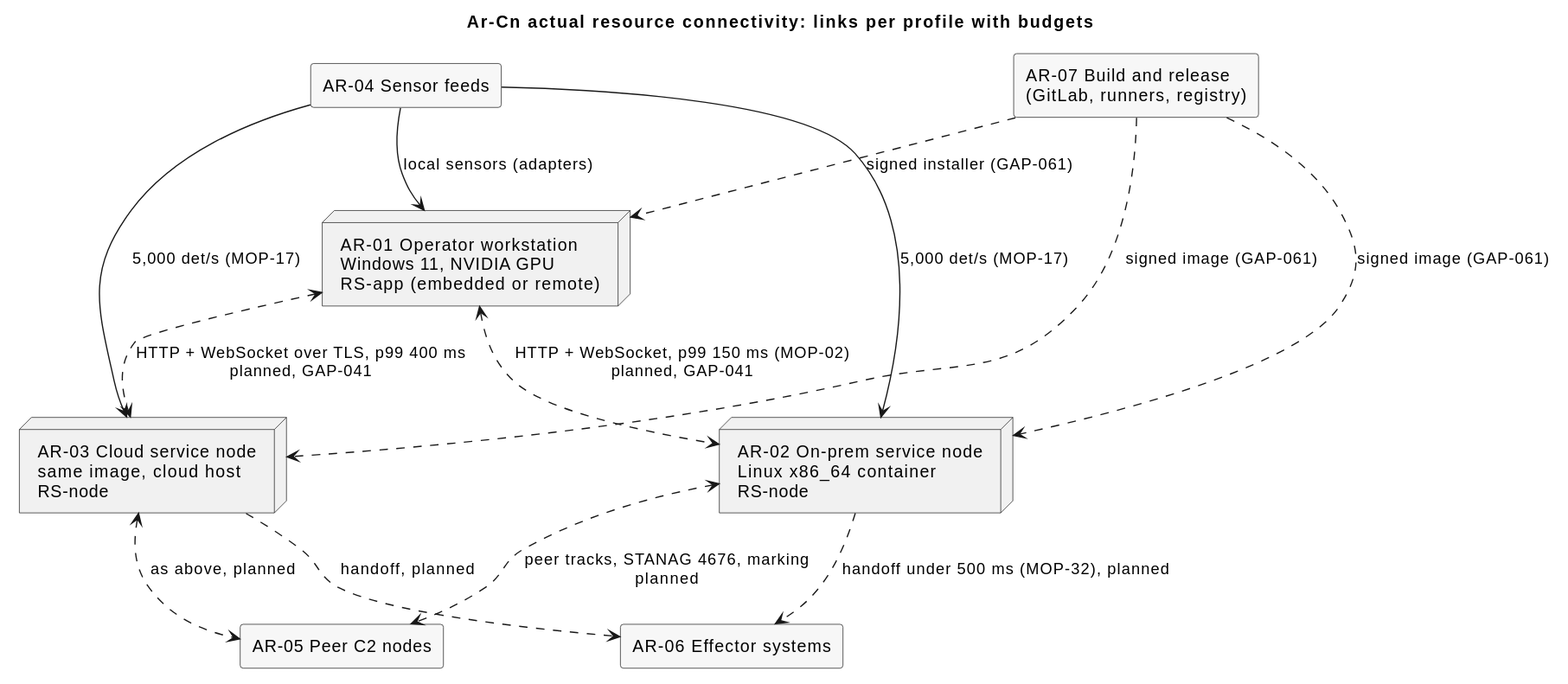
WayneRoessling/gungnir keeps this PlantUML diagram as docs/architecture/uaf/rendered/actual-resources/Ar-Cn.svg. Above is the earlier version. The source it was exported from:
```plantuml
@startuml
title Ar-Cn actual resource connectivity: links per profile with budgets
skinparam rectangle {
  BackgroundColor #F7F7F7
}
node "AR-01 Operator workstation\nWindows 11, NVIDIA GPU\nRS-app (embedded or remote)" as AR_01
node "AR-02 On-prem service node\nLinux x86_64 container\nRS-node" as AR_02
node "AR-03 Cloud service node\nsame image, cloud host\nRS-node" as AR_03
rectangle "AR-04 Sensor feeds" as AR_04
rectangle "AR-05 Peer C2 nodes" as AR_05
rectangle "AR-06 Effector systems" as AR_06
rectangle "AR-07 Build and release\n(GitLab, runners, registry)" as AR_07

AR_04 --> AR_01 : local sensors (adapters)
AR_04 --> AR_02 : 5,000 det/s (MOP-17)
AR_04 --> AR_03 : 5,000 det/s (MOP-17)
AR_01 <..> AR_02 : HTTP + WebSocket, p99 150 ms (MOP-02)\nplanned, GAP-041
AR_01 <..> AR_03 : HTTP + WebSocket over TLS, p99 400 ms\nplanned, GAP-041
AR_02 <..> AR_05 : peer tracks, STANAG 4676, marking\nplanned
AR_03 <..> AR_05 : as above, planned
AR_02 ..> AR_06 : handoff under 500 ms (MOP-32), planned
AR_03 ..> AR_06 : handoff, planned
AR_07 ..> AR_02 : signed image (GAP-061)
AR_07 ..> AR_03 : signed image (GAP-061)
AR_07 ..> AR_01 : signed installer (GAP-061)
@enduml
```
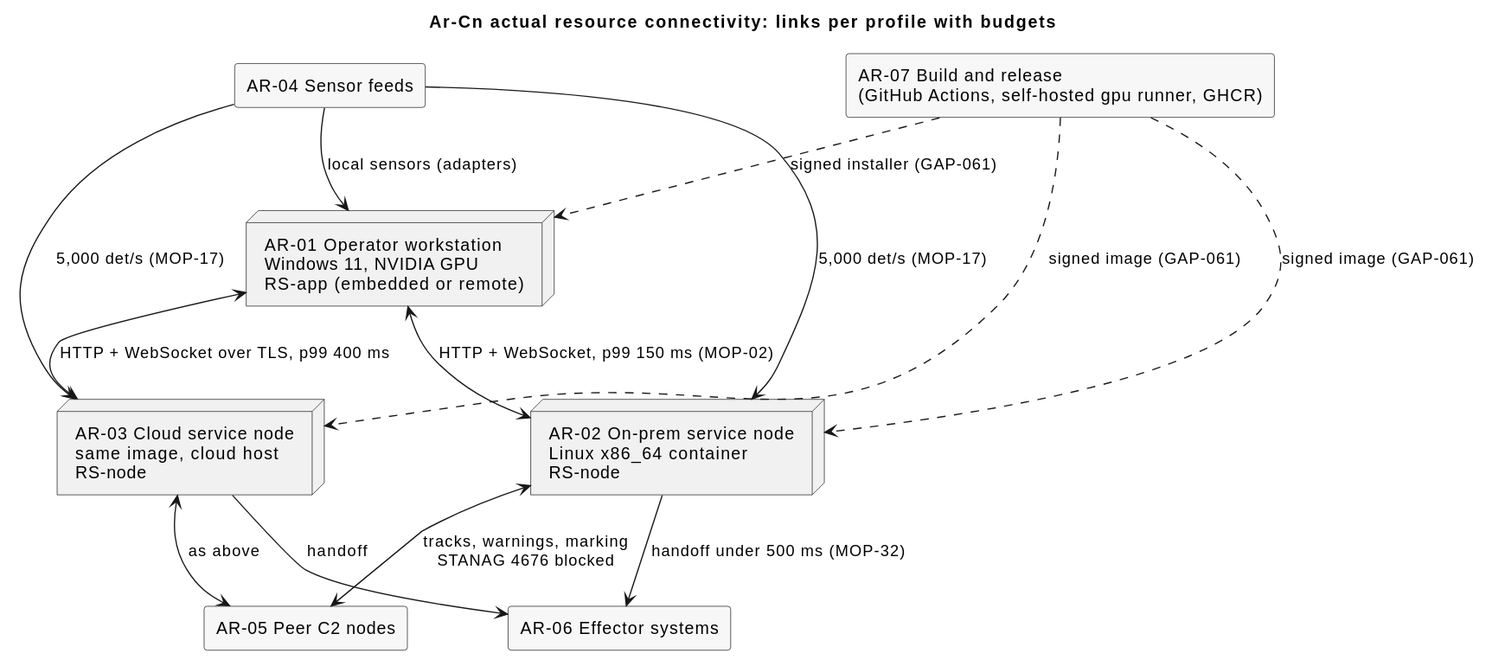
Above is the later version.

What changed in the source:
```diff
@@ -9,17 +9,17 @@
 rectangle "AR-04 Sensor feeds" as AR_04
 rectangle "AR-05 Peer C2 nodes" as AR_05
 rectangle "AR-06 Effector systems" as AR_06
-rectangle "AR-07 Build and release\n(GitLab, runners, registry)" as AR_07
+rectangle "AR-07 Build and release\n(GitHub Actions, self-hosted gpu runner, GHCR)" as AR_07
 
 AR_04 --> AR_01 : local sensors (adapters)
 AR_04 --> AR_02 : 5,000 det/s (MOP-17)
 AR_04 --> AR_03 : 5,000 det/s (MOP-17)
-AR_01 <..> AR_02 : HTTP + WebSocket, p99 150 ms (MOP-02)\nplanned, GAP-041
-AR_01 <..> AR_03 : HTTP + WebSocket over TLS, p99 400 ms\nplanned, GAP-041
-AR_02 <..> AR_05 : peer tracks, STANAG 4676, marking\nplanned
-AR_03 <..> AR_05 : as above, planned
-AR_02 ..> AR_06 : handoff under 500 ms (MOP-32), planned
-AR_03 ..> AR_06 : handoff, planned
+AR_01 <--> AR_02 : HTTP + WebSocket, p99 150 ms (MOP-02)
+AR_01 <--> AR_03 : HTTP + WebSocket over TLS, p99 400 ms
+AR_02 <--> AR_05 : tracks, warnings, marking\nSTANAG 4676 blocked
+AR_03 <--> AR_05 : as above
+AR_02 --> AR_06 : handoff under 500 ms (MOP-32)
+AR_03 --> AR_06 : handoff
 AR_07 ..> AR_02 : signed image (GAP-061)
 AR_07 ..> AR_03 : signed image (GAP-061)
 AR_07 ..> AR_01 : signed installer (GAP-061)
```
